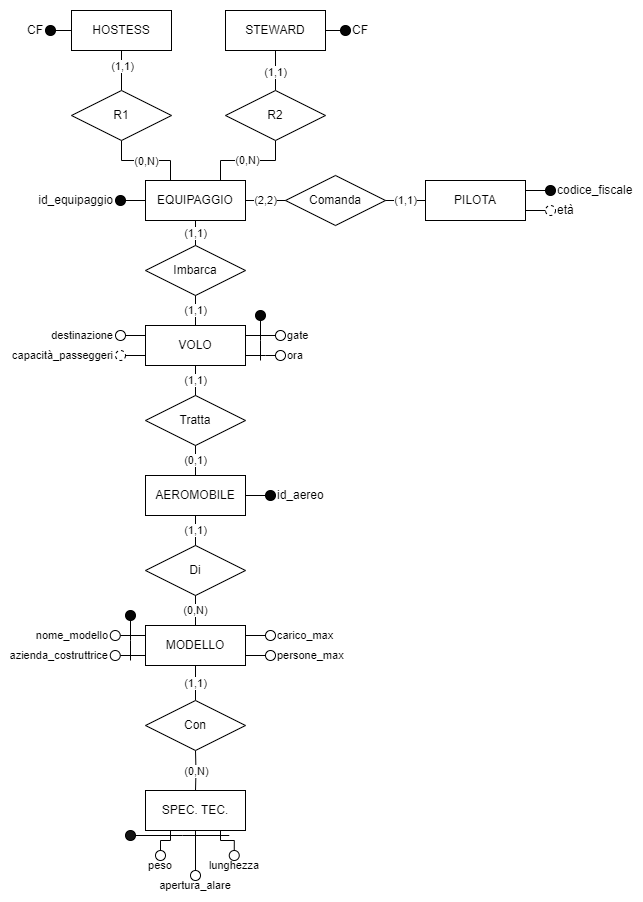
The draw.io diagram schemi/SchemaER_reificazione_finale.png in thomasmassarutto/Voli_Aeroporto, before a commit. Source tidied: cells renumbered, new cells last; positions are measured from the earlier drawing's top-left corner, leaving out a move shared by most shapes.
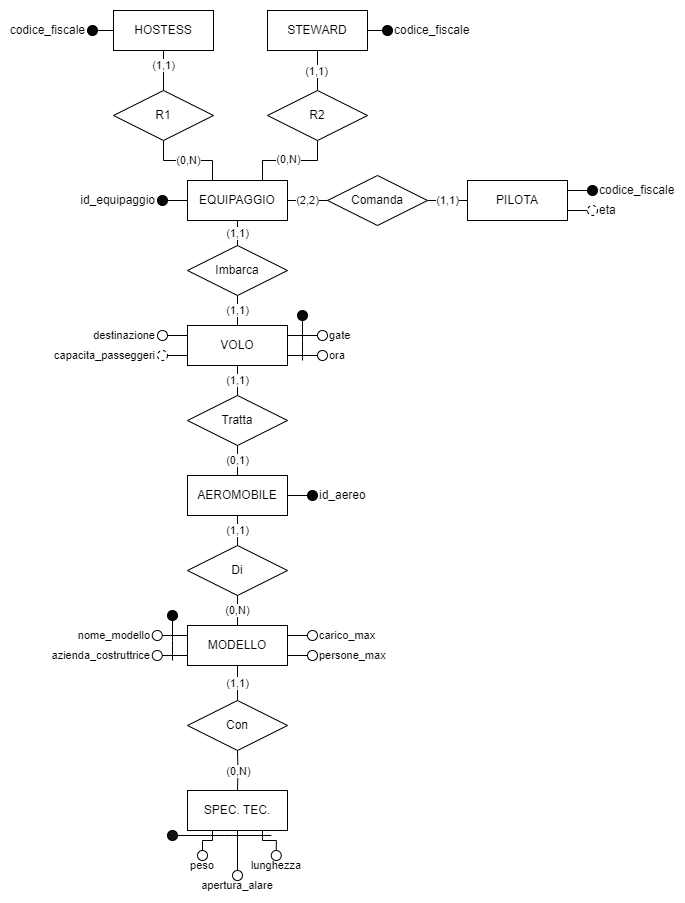
Later version of the same file.

Change to the diagram source:
```diff
@@ -94,7 +94,7 @@
     <mxCell id="30" style="edgeStyle=orthogonalEdgeStyle;shape=connector;rounded=0;jettySize=auto;html=1;entryX=0;entryY=0.75;entryDx=0;entryDy=0;labelBackgroundColor=default;strokeColor=default;align=center;verticalAlign=middle;fontFamily=Helvetica;fontSize=11;fontColor=default;endArrow=none;endFill=0;" parent="1" edge="1" source="31" target="7">
       <mxGeometry relative="1" as="geometry" />
     </mxCell>
-    <mxCell id="31" value="capacità_passeggeri" style="ellipse;whiteSpace=wrap;html=1;align=right;dashed=1;fontFamily=Helvetica;fontSize=11;fontColor=default;labelPosition=left;verticalLabelPosition=middle;verticalAlign=middle;" parent="1" vertex="1">
+    <mxCell id="31" value="capacita_passeggeri" style="ellipse;whiteSpace=wrap;html=1;align=right;dashed=1;fontFamily=Helvetica;fontSize=11;fontColor=default;labelPosition=left;verticalLabelPosition=middle;verticalAlign=middle;" parent="1" vertex="1">
       <mxGeometry x="70" y="340" width="10" height="10" as="geometry" />
     </mxCell>
     <mxCell id="32" style="edgeStyle=orthogonalEdgeStyle;shape=connector;rounded=0;jettySize=auto;html=1;entryX=1;entryY=0.25;entryDx=0;entryDy=0;labelBackgroundColor=default;strokeColor=default;align=center;verticalAlign=middle;fontFamily=Helvetica;fontSize=11;fontColor=default;endArrow=none;endFill=0;" parent="1" edge="1" source="33" target="5">
@@ -137,7 +137,7 @@
     <mxCell id="43" style="ellipse;whiteSpace=wrap;html=1;align=center;fontFamily=Helvetica;fontSize=11;fontColor=default;fillColor=#050505;" parent="1" vertex="1">
       <mxGeometry x="80" y="600" width="10" height="10" as="geometry" />
     </mxCell>
-    <mxCell id="44" value="età" style="ellipse;whiteSpace=wrap;html=1;align=left;fontStyle=0;verticalAlign=middle;horizontal=1;labelPosition=right;verticalLabelPosition=middle;labelBackgroundColor=none;fillStyle=auto;fillColor=#FFFFFF;dashed=1;" parent="1" vertex="1">
+    <mxCell id="44" value="eta" style="ellipse;whiteSpace=wrap;html=1;align=left;fontStyle=0;verticalAlign=middle;horizontal=1;labelPosition=right;verticalLabelPosition=middle;labelBackgroundColor=none;fillStyle=auto;fillColor=#FFFFFF;dashed=1;" parent="1" vertex="1">
       <mxGeometry x="500" y="195" width="10" height="10" as="geometry" />
     </mxCell>
     <mxCell id="45" style="edgeStyle=orthogonalEdgeStyle;rounded=0;jettySize=auto;html=1;exitX=1;exitY=0.25;exitDx=0;exitDy=0;entryX=0;entryY=0.5;entryDx=0;entryDy=0;endArrow=none;endFill=0;" parent="1" edge="1" source="4" target="21">
@@ -184,13 +184,13 @@
     <mxCell id="58" style="edgeStyle=orthogonalEdgeStyle;rounded=0;jettySize=auto;html=1;exitX=1;exitY=0.5;exitDx=0;exitDy=0;entryX=0;entryY=0.5;entryDx=0;entryDy=0;endArrow=none;endFill=0;" parent="1" edge="1" source="51" target="59">
       <mxGeometry relative="1" as="geometry" />
     </mxCell>
-    <mxCell id="59" value="CF" style="ellipse;whiteSpace=wrap;html=1;align=left;fontStyle=0;verticalAlign=middle;horizontal=1;labelPosition=right;verticalLabelPosition=middle;labelBackgroundColor=none;fillStyle=auto;fillColor=#050505;" parent="1" vertex="1">
+    <mxCell id="59" value="codice_fiscale" style="ellipse;whiteSpace=wrap;html=1;align=left;fontStyle=0;verticalAlign=middle;horizontal=1;labelPosition=right;verticalLabelPosition=middle;labelBackgroundColor=none;fillStyle=auto;fillColor=#050505;" parent="1" vertex="1">
       <mxGeometry x="295" y="15" width="10" height="10" as="geometry" />
     </mxCell>
     <mxCell id="60" style="edgeStyle=orthogonalEdgeStyle;shape=connector;rounded=0;jettySize=auto;html=1;entryX=0;entryY=0.5;entryDx=0;entryDy=0;labelBackgroundColor=default;strokeColor=default;align=center;verticalAlign=middle;fontFamily=Helvetica;fontSize=11;fontColor=default;endArrow=none;endFill=0;" parent="1" edge="1" source="61" target="62">
       <mxGeometry relative="1" as="geometry" />
     </mxCell>
-    <mxCell id="61" value="CF" style="ellipse;whiteSpace=wrap;html=1;align=right;fontStyle=0;verticalAlign=middle;horizontal=1;labelPosition=left;verticalLabelPosition=middle;labelBackgroundColor=none;fillStyle=auto;fillColor=#050505;" parent="1" vertex="1">
+    <mxCell id="61" value="codice_fiscale" style="ellipse;whiteSpace=wrap;html=1;align=right;fontStyle=0;verticalAlign=middle;horizontal=1;labelPosition=left;verticalLabelPosition=middle;labelBackgroundColor=none;fillStyle=auto;fillColor=#050505;" parent="1" vertex="1">
       <mxGeometry y="15" width="10" height="10" as="geometry" />
     </mxCell>
     <mxCell id="62" value="HOSTESS" style="whiteSpace=wrap;html=1;align=center;" parent="1" vertex="1">
```
